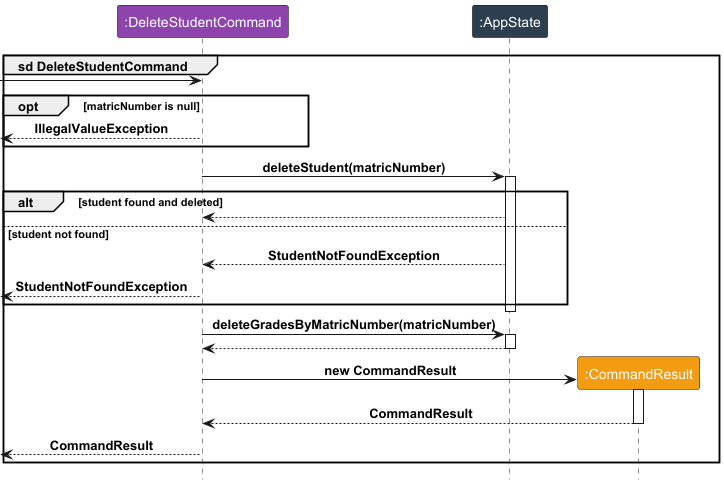
yeekian/tp keeps this PlantUML diagram as docs/diagrams/DeleteStudentCommand.png. Above is the earlier version.
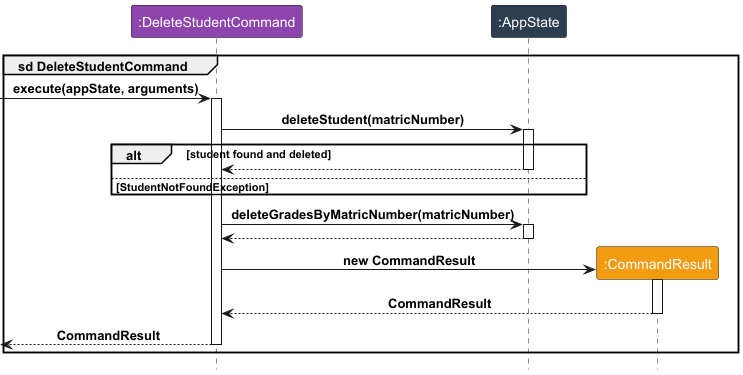
Later version of the same file.

What changed in the source:
```diff
@@ -5,19 +5,14 @@
 participant ":AppState" as A LOGIC_COLOR_2
 participant ":CommandResult" as R LOGIC_COLOR_8
 
-[-> C
-
-opt matricNumber is null
-[<--C : IllegalValueException
-end
-
+[-> C: execute(appState, arguments)
+activate C
 C -> A : deleteStudent(matricNumber)
 activate A
 alt student found and deleted
 C <-- A
-else student not found
-C <-- A : StudentNotFoundException
-[<-- C : StudentNotFoundException
+deactivate A
+else StudentNotFoundException
 end
 deactivate A
 
@@ -33,5 +28,6 @@
 deactivate R
 
 [<-- C : CommandResult
+deactivate C
 end
 @enduml
```
